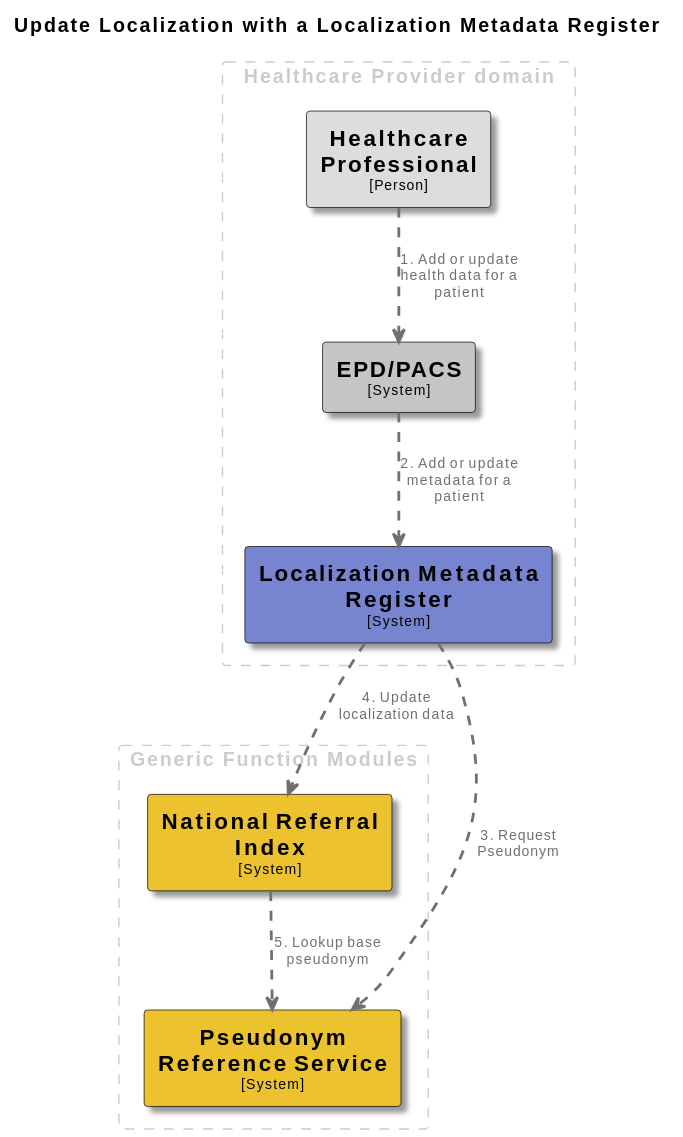
Above: docs/images/structurizr-UpdateLocalizationWithMetadataRegister.svg in minvws/gfmodules-coordination (PlantUML), before the change.
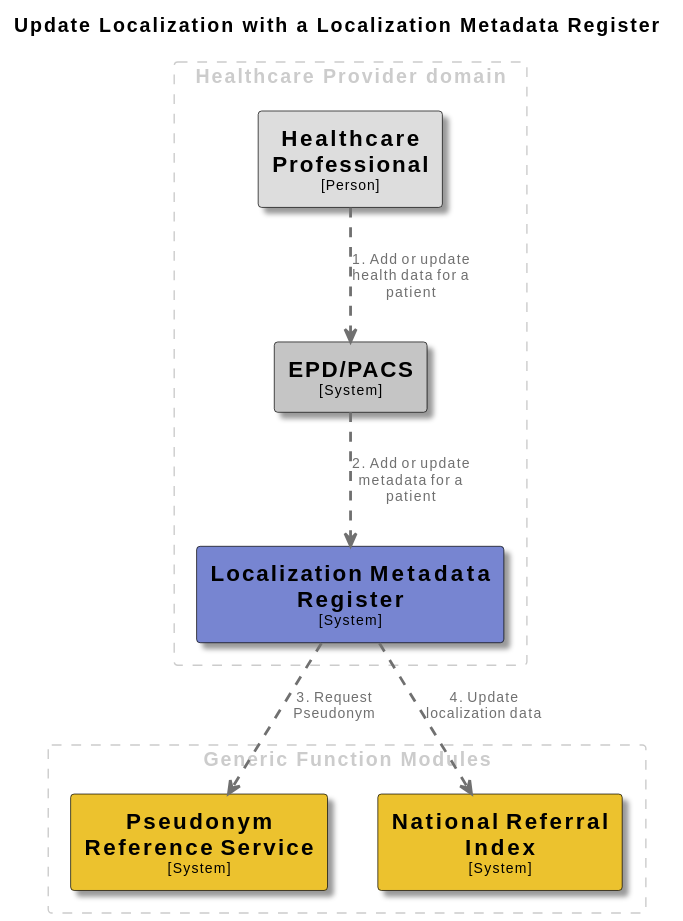
The same diagram one commit later.

What changed in the source:
```diff
@@ -67,5 +67,4 @@
 EPDPACS .[#707070,thickness=2].> LocalizationMetadataRegister : "<color:#707070>2. Add or update metadata for a patient"
 LocalizationMetadataRegister .[#707070,thickness=2].> PseudonymReferenceService : "<color:#707070>3. Request Pseudonym"
 LocalizationMetadataRegister .[#707070,thickness=2].> NationalReferralIndex : "<color:#707070>4. Update localization data"
-NationalReferralIndex .[#707070,thickness=2].> PseudonymReferenceService : "<color:#707070>5. Lookup base pseudonym"
 @enduml
```
